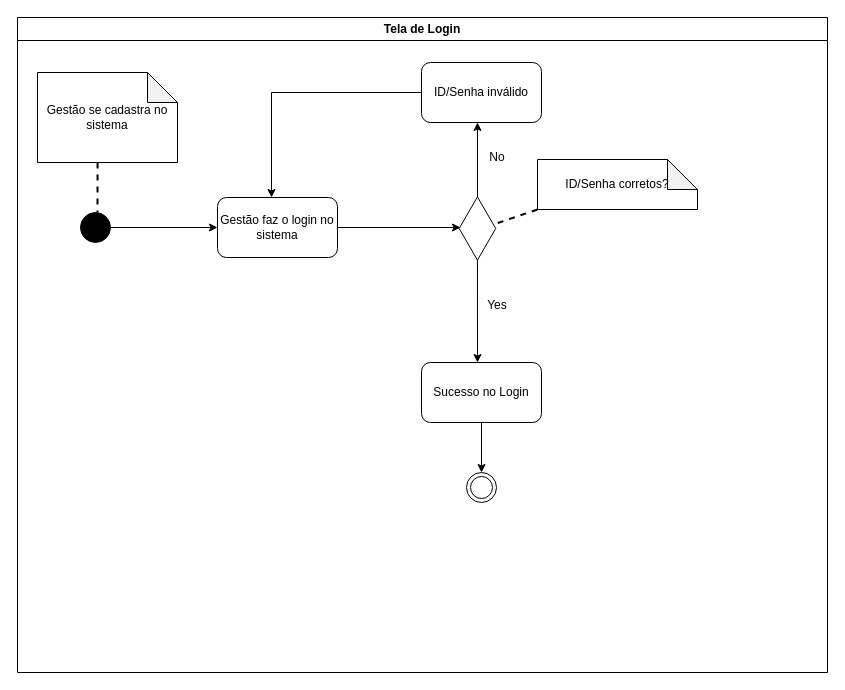
LizReis/An-lise-de-Sistemas keeps this draw.io diagram as DIAGRAMA DE ATIVIDADE.drawio. Above is the earlier version. Source tidied: cells renumbered, new cells numbered last; positions are measured from the earlier drawing's top-left corner, leaving out a move shared by most shapes. Both pictures are drawn from the tidied source at 100%, with x=0, y=0 at pixel (17, 17).
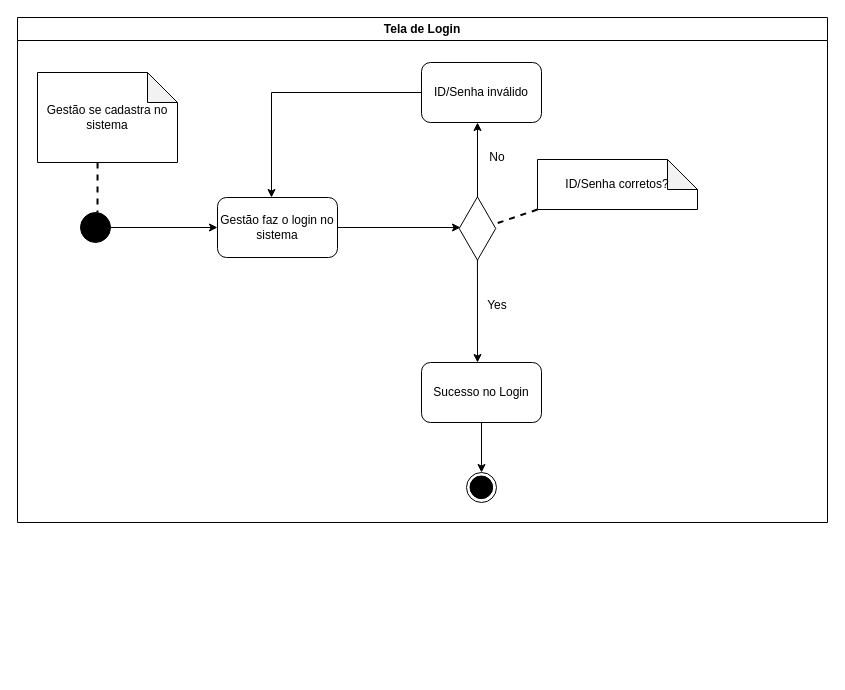
After the change.

Change to the diagram source:
```diff
@@
     <mxCell id="11" value="Tela de Login" style="swimlane;whiteSpace=wrap;html=1;" parent="1" vertex="1">
-      <mxGeometry width="810" height="655" as="geometry" />
+      <mxGeometry width="810" height="505" as="geometry" />
     </mxCell>
@@
+    <mxCell id="21" style="ellipse;shape=doubleEllipse;whiteSpace=wrap;html=1;fillColor=#000000;" parent="11" vertex="1">
+      <mxGeometry x="452.5" y="458.5" width="22.5" height="22.5" as="geometry" />
+    </mxCell>
```
